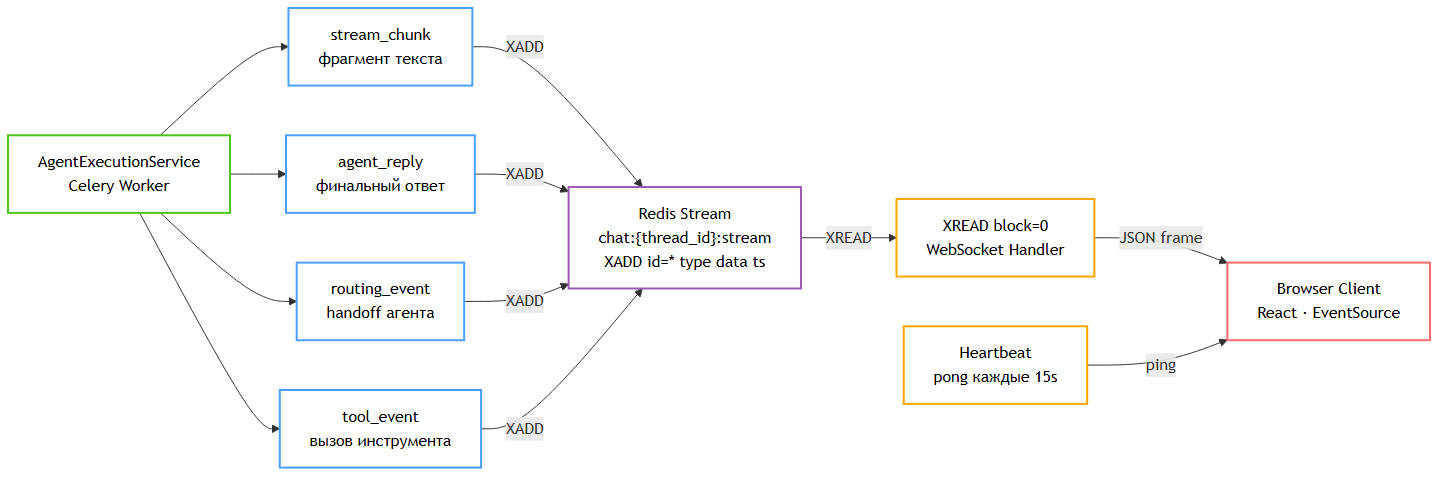
Earlier version of the Mermaid export img/fig_3_8_redis_stream.png (deneal123/AgentsSwarm). Its source is kept beside it as mmd/fig_3_8_redis_stream.mmd. Source of this version:
```mermaid
graph LR
    AgentExec["AgentExecutionService\nCelery Worker"]

    StreamChunk["stream_chunk\nфрагмент текста"]
    AgentReply["agent_reply\nфинальный ответ"]
    RoutingEvent["routing_event\nhandoff агента"]
    ToolEvent["tool_event\nвызов инструмента"]

    RedisStream["Redis Stream\nchat:{thread_id}:stream\nXADD id=* type data ts"]

    XRead["XREAD block=0\nWebSocket Handler"]
    Heartbeat["Heartbeat\npong каждые 15s"]

    BrowserClient["Browser Client\nReact · EventSource"]

    AgentExec --> StreamChunk & AgentReply & RoutingEvent & ToolEvent
    StreamChunk & AgentReply & RoutingEvent & ToolEvent -->|"XADD"| RedisStream
    RedisStream -->|"XREAD"| XRead
    XRead -->|"JSON frame"| BrowserClient
    Heartbeat -->|"ping"| BrowserClient

    style AgentExec fill:none,stroke:#52c41a,stroke-width:2px,color:#000
    style StreamChunk fill:none,stroke:#4a9eff,stroke-width:2px,color:#000
    style AgentReply fill:none,stroke:#4a9eff,stroke-width:2px,color:#000
    style RoutingEvent fill:none,stroke:#4a9eff,stroke-width:2px,color:#000
    style ToolEvent fill:none,stroke:#4a9eff,stroke-width:2px,color:#000
    style RedisStream fill:none,stroke:#9b59b6,stroke-width:2px,color:#000
    style XRead fill:none,stroke:#ffa500,stroke-width:2px,color:#000
    style Heartbeat fill:none,stroke:#ffa500,stroke-width:2px,color:#000
    style BrowserClient fill:none,stroke:#ff6b6b,stroke-width:2px,color:#000
```
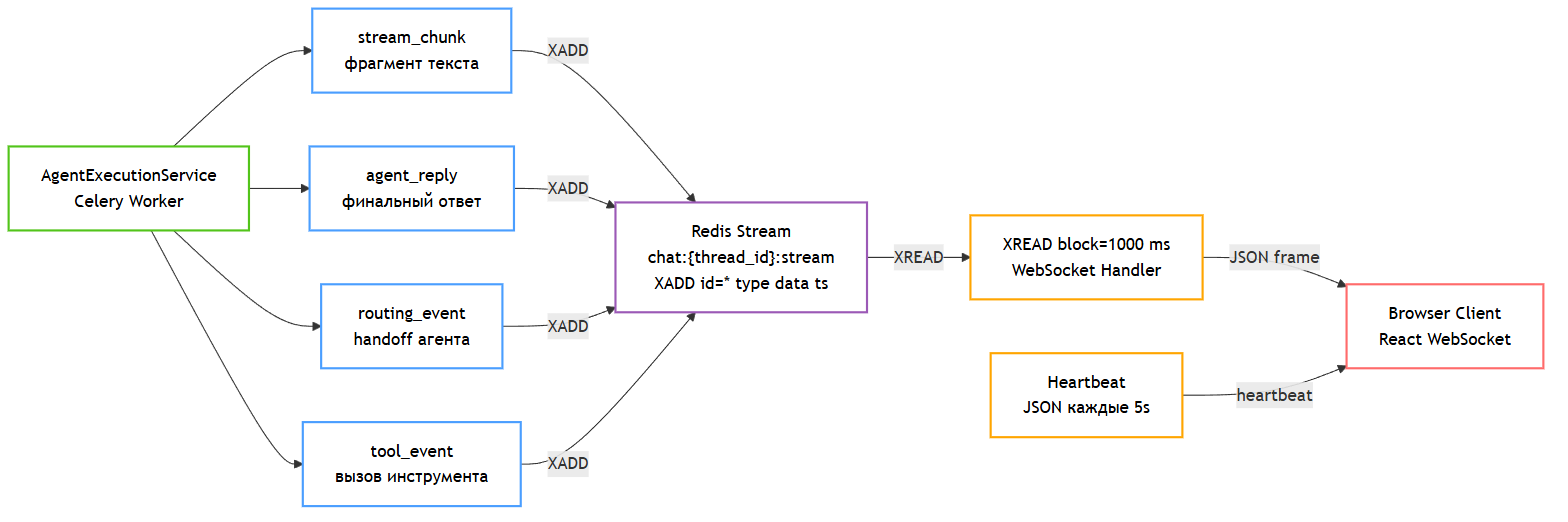
After the change.

What changed in the source:
```diff
@@ -8,16 +8,16 @@
 
     RedisStream["Redis Stream\nchat:{thread_id}:stream\nXADD id=* type data ts"]
 
-    XRead["XREAD block=0\nWebSocket Handler"]
-    Heartbeat["Heartbeat\npong каждые 15s"]
+    XRead["XREAD block=1000 ms\nWebSocket Handler"]
+    Heartbeat["Heartbeat\nJSON каждые 5s"]
 
-    BrowserClient["Browser Client\nReact · EventSource"]
+    BrowserClient["Browser Client\nReact WebSocket"]
 
     AgentExec --> StreamChunk & AgentReply & RoutingEvent & ToolEvent
     StreamChunk & AgentReply & RoutingEvent & ToolEvent -->|"XADD"| RedisStream
     RedisStream -->|"XREAD"| XRead
     XRead -->|"JSON frame"| BrowserClient
-    Heartbeat -->|"ping"| BrowserClient
+    Heartbeat -->|"heartbeat"| BrowserClient
 
     style AgentExec fill:none,stroke:#52c41a,stroke-width:2px,color:#000
     style StreamChunk fill:none,stroke:#4a9eff,stroke-width:2px,color:#000
```
